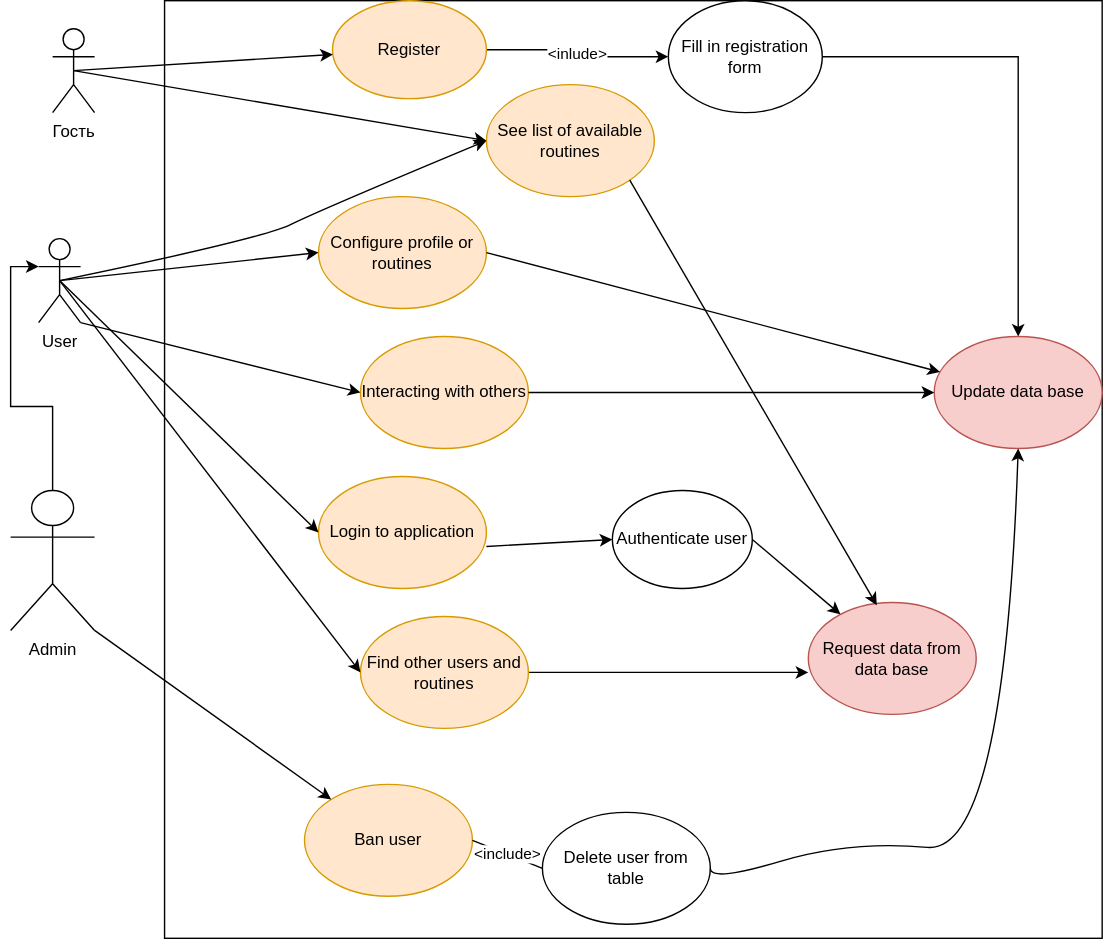
Earlier version of the draw.io export Diagrams/UC.svg (Maybenex1ime/Web_Project_Autumn_2021). Source tidied: cells renumbered, new cells last; positions are measured from the earlier drawing's top-left corner, leaving out a move shared by most shapes.
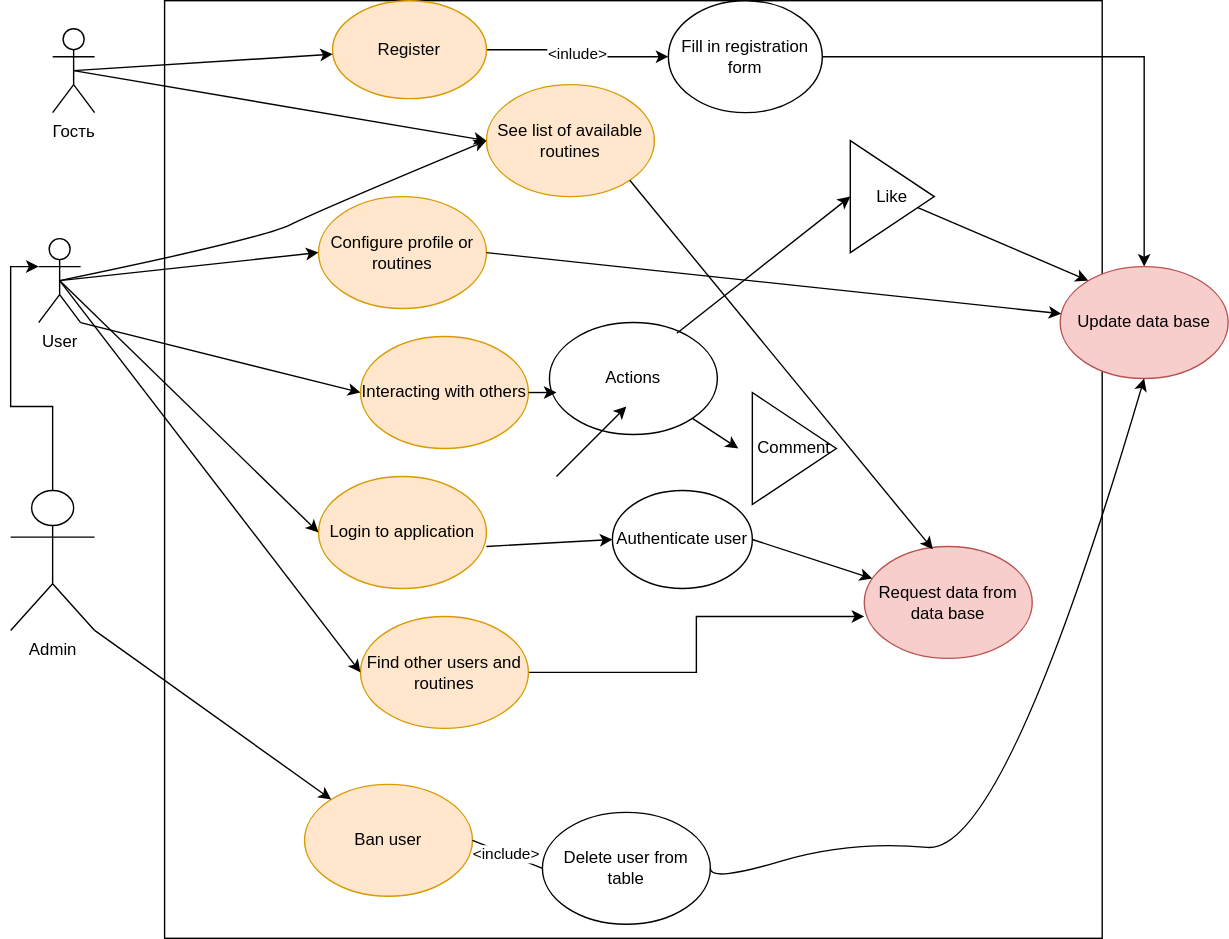
After the commit.

Change to the diagram source:
```diff
@@ -38,7 +38,7 @@
       </mxGeometry>
     </mxCell>
     <mxCell id="12" value="Update data base" style="ellipse;whiteSpace=wrap;html=1;fillColor=#f8cecc;strokeColor=#b85450;" parent="1" vertex="1">
-      <mxGeometry x="660" y="240" width="120" height="80" as="geometry" />
+      <mxGeometry x="750" y="190" width="120" height="80" as="geometry" />
     </mxCell>
     <mxCell id="13" style="edgeStyle=orthogonalEdgeStyle;rounded=0;jettySize=auto;html=1;entryX=0;entryY=0.625;entryDx=0;entryDy=0;entryPerimeter=0;" parent="1" edge="1" source="14" target="15">
       <mxGeometry relative="1" as="geometry" />
@@ -47,7 +47,7 @@
       <mxGeometry x="250" y="440" width="120" height="80" as="geometry" />
     </mxCell>
     <mxCell id="15" value="Request data from data base" style="ellipse;whiteSpace=wrap;html=1;fillColor=#f8cecc;strokeColor=#b85450;" parent="1" vertex="1">
-      <mxGeometry x="570" y="430" width="120" height="80" as="geometry" />
+      <mxGeometry x="610" y="390" width="120" height="80" as="geometry" />
     </mxCell>
     <mxCell id="16" value="Interacting with others" style="ellipse;whiteSpace=wrap;html=1;fillColor=#ffe6cc;strokeColor=#d79b00;" parent="1" vertex="1">
       <mxGeometry x="250" y="240" width="120" height="80" as="geometry" />
@@ -111,14 +111,42 @@
     <mxCell id="33" style="endArrow=classic;html=1;rounded=0;exitX=1;exitY=0.5;exitDx=0;exitDy=0;" parent="1" edge="1" source="17" target="12">
       <mxGeometry relative="1" as="geometry" />
     </mxCell>
-    <mxCell id="34" style="endArrow=classic;html=1;rounded=0;exitX=1;exitY=0.5;exitDx=0;exitDy=0;" parent="1" edge="1" source="16" target="12">
-      <mxGeometry relative="1" as="geometry" />
-    </mxCell>
     <mxCell id="35" style="endArrow=classic;html=1;rounded=0;exitX=1;exitY=0.5;exitDx=0;exitDy=0;" parent="1" edge="1" source="29" target="15">
       <mxGeometry relative="1" as="geometry" />
     </mxCell>
     <mxCell id="36" style="endArrow=classic;html=1;rounded=0;exitX=1;exitY=1;exitDx=0;exitDy=0;entryX=0.408;entryY=0.025;entryDx=0;entryDy=0;entryPerimeter=0;" parent="1" edge="1" source="10" target="15">
       <mxGeometry relative="1" as="geometry" />
     </mxCell>
+    <mxCell id="37" value="Actions" style="ellipse;whiteSpace=wrap;html=1;" parent="1" vertex="1">
+      <mxGeometry x="385" y="230" width="120" height="80" as="geometry" />
+    </mxCell>
+    <mxCell id="38" value="Like" style="triangle;whiteSpace=wrap;html=1;" parent="1" vertex="1">
+      <mxGeometry x="600" y="100" width="60" height="80" as="geometry" />
+    </mxCell>
+    <mxCell id="39" value="Comment" style="triangle;whiteSpace=wrap;html=1;" parent="1" vertex="1">
+      <mxGeometry x="530" y="280" width="60" height="80" as="geometry" />
+    </mxCell>
+    <mxCell id="40" style="endArrow=classic;html=1;entryX=0;entryY=0.5;entryDx=0;entryDy=0;exitX=0.759;exitY=0.096;exitDx=0;exitDy=0;exitPerimeter=0;" parent="1" edge="1" source="37" target="38">
+      <mxGeometry relative="1" as="geometry" />
+    </mxCell>
+    <mxCell id="41" style="endArrow=classic;html=1;" parent="1" edge="1" source="37">
+      <mxGeometry relative="1" as="geometry">
+        <mxPoint x="520" y="320" as="targetPoint" />
+      </mxGeometry>
+    </mxCell>
+    <mxCell id="42" style="endArrow=classic;html=1;entryX=0.042;entryY=0.625;entryDx=0;entryDy=0;entryPerimeter=0;exitX=1;exitY=0.5;exitDx=0;exitDy=0;" parent="1" edge="1" source="16" target="37">
+      <mxGeometry relative="1" as="geometry" />
+    </mxCell>
+    <mxCell id="43" style="endArrow=classic;html=1;" parent="1" edge="1" source="38">
+      <mxGeometry relative="1" as="geometry">
+        <mxPoint x="770" y="200" as="targetPoint" />
+      </mxGeometry>
+    </mxCell>
+    <mxCell id="44" style="endArrow=classic;html=1;" parent="1" edge="1">
+      <mxGeometry relative="1" as="geometry">
+        <mxPoint x="390" y="340" as="sourcePoint" />
+        <mxPoint x="440" y="290" as="targetPoint" />
+      </mxGeometry>
+    </mxCell>
   </root>
 </mxGraphModel>
```
